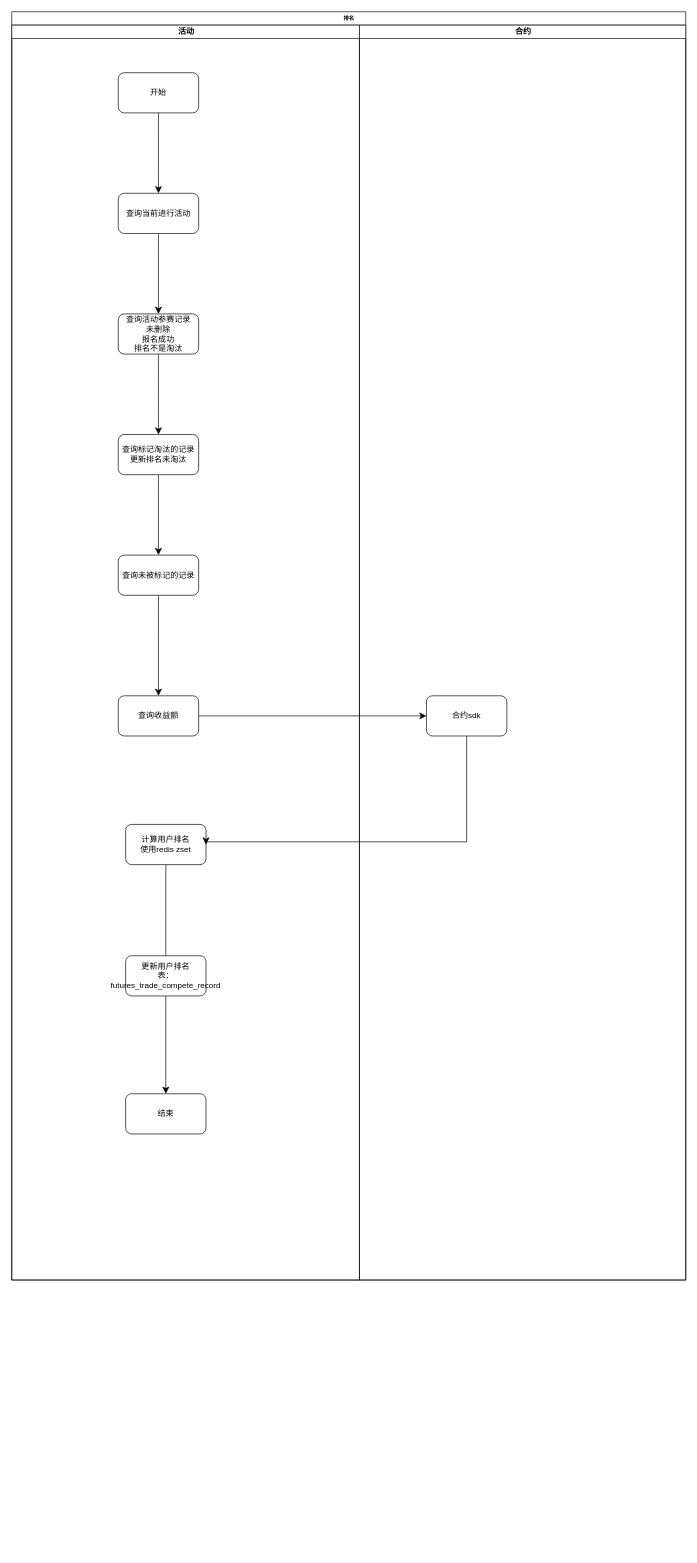
The draw.io diagram 合约交易赛-排名.drawio in xu-xiwei/drawio, before the edit. Source tidied: cells renumbered, new cells numbered last; positions are measured from the earlier drawing's top-left corner, leaving out a move shared by most shapes. Both pictures are drawn from the tidied source at 67%, with x=0, y=0 at pixel (11, 11).
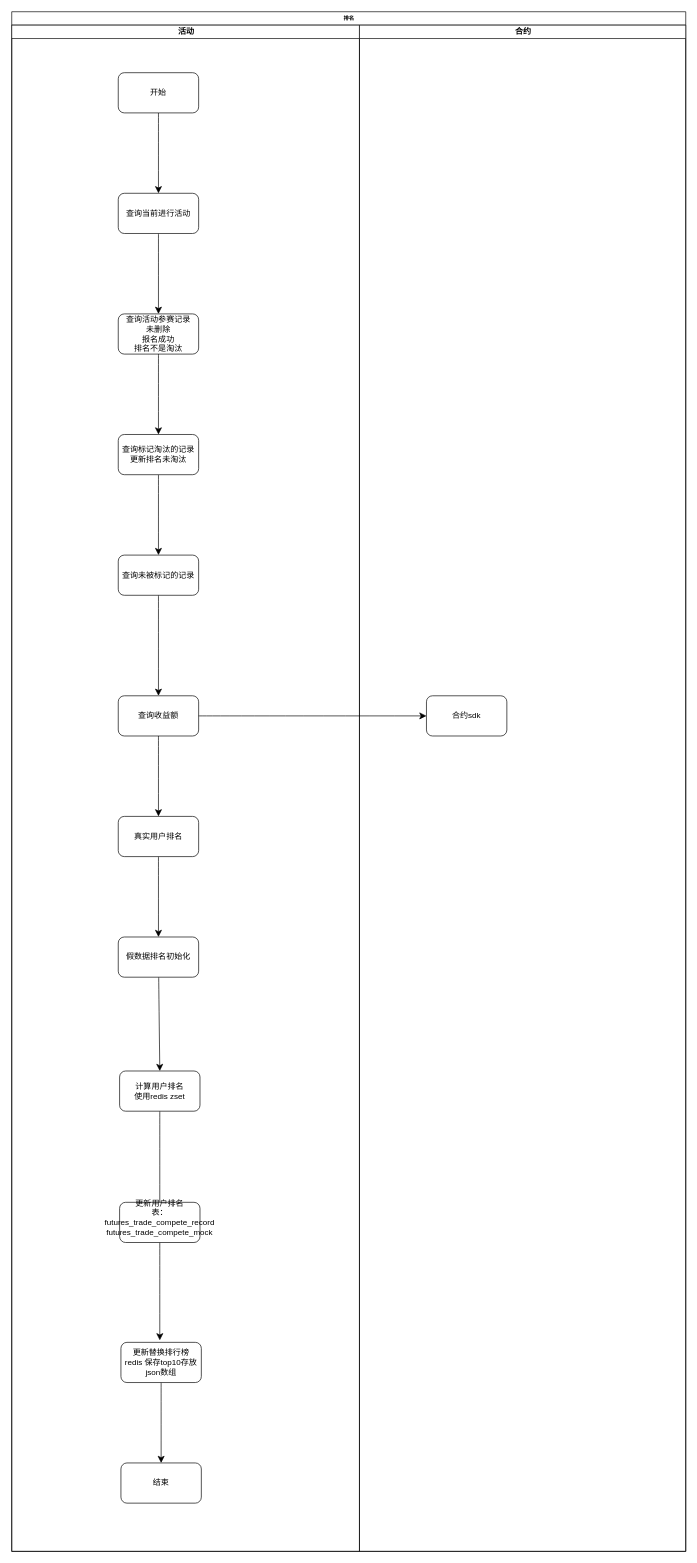
The same diagram, later.

Commit message:
更新合约交易赛-排名.drawio

The change refers to these unchanged cells:
```xml
<mxCell id="10" value="查询收益额" style="whiteSpace=wrap;html=1;rounded=1;" parent="3" vertex="1">
  <mxGeometry x="159" y="1001" width="120" height="60" as="geometry" />
</mxCell>
<mxCell id="21" value="合约sdk" style="whiteSpace=wrap;html=1;rounded=1;" parent="20" vertex="1">
  <mxGeometry x="100" y="1001" width="120" height="60" as="geometry" />
</mxCell>
```

Diff of the diagram source:
```diff
@@
     <mxCell id="2" value="排名" style="swimlane;html=1;startSize=20;rounded=0;shadow=0;labelBackgroundColor=none;strokeWidth=1;fontFamily=Verdana;fontSize=8;align=center;" parent="1" vertex="1">
-      <mxGeometry width="1006" height="1893" as="geometry" />
+      <mxGeometry width="1006" height="2298" as="geometry" />
     </mxCell>
     <mxCell id="3" value="活动" style="swimlane;html=1;startSize=20;" parent="2" vertex="1">
-      <mxGeometry y="20" width="519" height="1873" as="geometry" />
+      <mxGeometry y="20" width="519" height="2278" as="geometry" />
     </mxCell>
@@
+    <mxCell id="24" style="edgeStyle=none;curved=1;rounded=0;jettySize=auto;html=1;fontSize=12;startSize=8;endSize=8;" parent="3" edge="1" source="10" target="27">
+      <mxGeometry relative="1" as="geometry" />
+    </mxCell>
@@
     <mxCell id="11" style="edgeStyle=none;curved=1;rounded=0;jettySize=auto;html=1;fontSize=12;startSize=8;endSize=8;" parent="3" edge="1" source="12">
       <mxGeometry relative="1" as="geometry">
-        <mxPoint x="230" y="1404" as="targetPoint" />
+        <mxPoint x="221" y="1772" as="targetPoint" />
       </mxGeometry>
     </mxCell>
     <mxCell id="12" value="计算用户排名&lt;div&gt;使用redis zset&lt;/div&gt;" style="whiteSpace=wrap;html=1;rounded=1;" parent="3" vertex="1">
-      <mxGeometry x="170" y="1193" width="120" height="60" as="geometry" />
+      <mxGeometry x="161" y="1561" width="120" height="60" as="geometry" />
     </mxCell>
-    <mxCell id="13" style="edgeStyle=none;curved=1;rounded=0;jettySize=auto;html=1;fontSize=12;startSize=8;endSize=8;" parent="3" edge="1" source="14" target="15">
-      <mxGeometry relative="1" as="geometry" />
+    <mxCell id="13" style="edgeStyle=none;curved=1;rounded=0;jettySize=auto;html=1;fontSize=12;startSize=8;endSize=8;" parent="3" edge="1" source="14">
+      <mxGeometry relative="1" as="geometry">
+        <mxPoint x="221" y="1963" as="targetPoint" />
+      </mxGeometry>
     </mxCell>
-    <mxCell id="14" value="更新用户排名&lt;div&gt;表：futures_trade_compete_record&lt;/div&gt;" style="whiteSpace=wrap;html=1;rounded=1;" parent="3" vertex="1">
-      <mxGeometry x="170" y="1389" width="120" height="60" as="geometry" />
+    <mxCell id="14" value="更新用户排名&lt;div&gt;表：futures_trade_compete_record&lt;/div&gt;&lt;div&gt;futures_trade_compete_mock&lt;br&gt;&lt;/div&gt;&lt;div&gt;&lt;br&gt;&lt;/div&gt;" style="whiteSpace=wrap;html=1;rounded=1;" parent="3" vertex="1">
+      <mxGeometry x="161" y="1757" width="120" height="60" as="geometry" />
     </mxCell>
+    <mxCell id="25" style="edgeStyle=none;curved=1;rounded=0;jettySize=auto;html=1;fontSize=12;startSize=8;endSize=8;" parent="3" edge="1" source="15" target="30">
+      <mxGeometry relative="1" as="geometry" />
+    </mxCell>
-    <mxCell id="15" value="结束" style="whiteSpace=wrap;html=1;rounded=1;" parent="3" vertex="1">
-      <mxGeometry x="170" y="1595" width="120" height="60" as="geometry" />
+    <mxCell id="15" value="更新替换排行榜&lt;div&gt;redis 保存top10存放json数组&lt;/div&gt;" style="whiteSpace=wrap;html=1;rounded=1;" parent="3" vertex="1">
+      <mxGeometry x="163" y="1966" width="120" height="60" as="geometry" />
     </mxCell>
@@
+    <mxCell id="26" style="edgeStyle=none;curved=1;rounded=0;jettySize=auto;html=1;fontSize=12;startSize=8;endSize=8;" parent="3" edge="1" source="27" target="29">
+      <mxGeometry relative="1" as="geometry" />
+    </mxCell>
+    <mxCell id="27" value="真实用户排名" style="whiteSpace=wrap;html=1;rounded=1;" parent="3" vertex="1">
+      <mxGeometry x="159" y="1181" width="120" height="60" as="geometry" />
+    </mxCell>
+    <mxCell id="28" style="edgeStyle=none;curved=1;rounded=0;jettySize=auto;html=1;entryX=0.5;entryY=0;entryDx=0;entryDy=0;fontSize=12;startSize=8;endSize=8;" parent="3" edge="1" source="29" target="12">
+      <mxGeometry relative="1" as="geometry" />
+    </mxCell>
+    <mxCell id="29" value="假数据排名初始化" style="whiteSpace=wrap;html=1;rounded=1;" parent="3" vertex="1">
+      <mxGeometry x="159" y="1361" width="120" height="60" as="geometry" />
+    </mxCell>
+    <mxCell id="30" value="结束" style="whiteSpace=wrap;html=1;rounded=1;" parent="3" vertex="1">
+      <mxGeometry x="163" y="2146" width="120" height="60" as="geometry" />
+    </mxCell>
     <mxCell id="20" value="合约" style="swimlane;html=1;startSize=20;" parent="2" vertex="1">
-      <mxGeometry x="519" y="20" width="487" height="1873" as="geometry" />
+      <mxGeometry x="519" y="20" width="487" height="2278" as="geometry" />
     </mxCell>
@@
-    <mxCell id="23" style="edgeStyle=segmentEdgeStyle;endArrow=classic;html=1;curved=0;rounded=0;endSize=8;startSize=8;sourcePerimeterSpacing=0;targetPerimeterSpacing=0;fontSize=12;exitX=0.5;exitY=1;exitDx=0;exitDy=0;entryX=1;entryY=0.5;entryDx=0;entryDy=0;" parent="2" edge="1" source="21" target="12">
-      <mxGeometry relative="1" as="geometry">
-        <Array as="points">
-          <mxPoint x="679" y="1239" />
-          <mxPoint x="290" y="1239" />
-        </Array>
-      </mxGeometry>
-    </mxCell>
```
